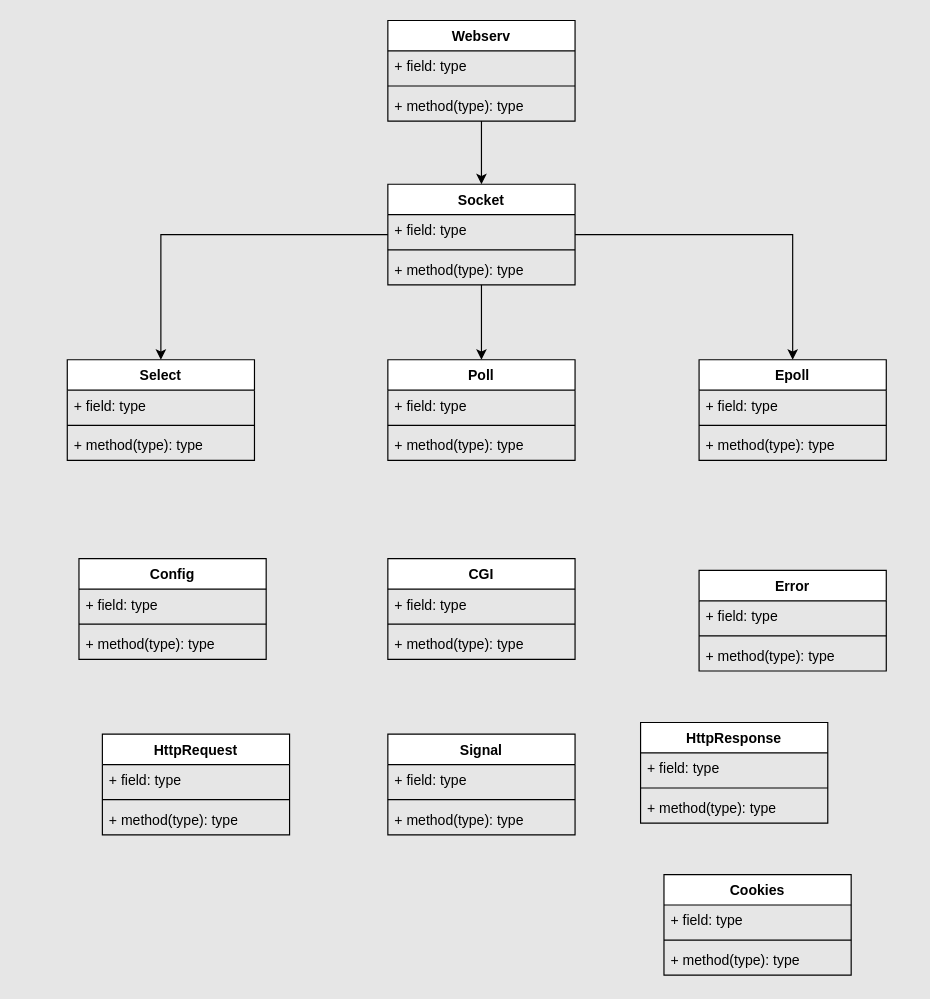
Earlier version of the draw.io diagram diagram/class-diagram.drawio (ykl910/42-webserv). Source tidied: cells renumbered, new cells numbered last; positions are measured from the earlier drawing's top-left corner, leaving out a move shared by most shapes. Both pictures are drawn from the tidied source at 117%, with x=0, y=0 at pixel (67, 20).
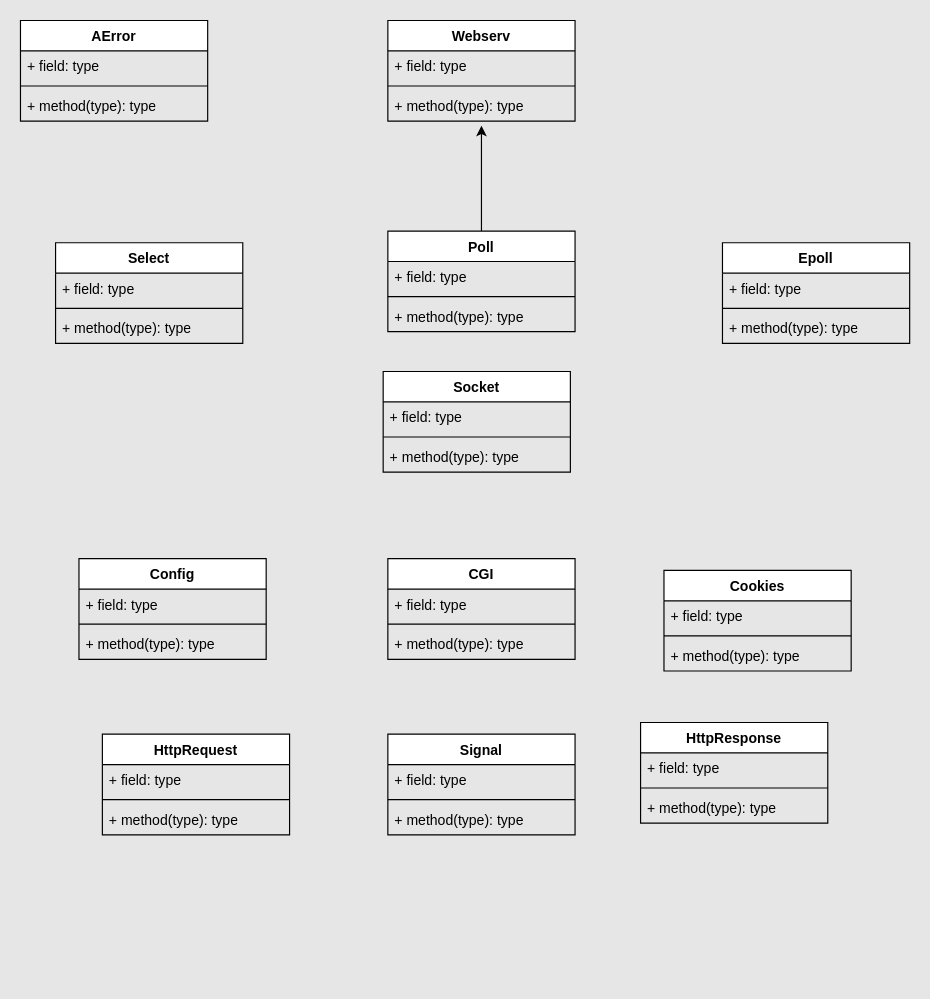
The same page after the edit.

Commit message (it also covers changes not shown here):
update source files and diagram

The change refers to these unchanged cells:
```xml
<mxCell id="3" value="Webserv" style="swimlane;fontStyle=1;align=center;verticalAlign=top;horizontal=1;startSize=26;whiteSpace=wrap;html=1;" parent="1" vertex="1">
  <mxGeometry x="274" width="160" height="86" as="geometry" />
</mxCell>
```

Change to the diagram source:
```diff
@@
-    <mxCell id="2" style="edgeStyle=orthogonalEdgeStyle;rounded=0;jettySize=auto;html=1;" parent="1" edge="1" source="3" target="14">
-      <mxGeometry relative="1" as="geometry" />
-    </mxCell>
@@
-    <mxCell id="7" value="Error" style="swimlane;fontStyle=1;align=center;verticalAlign=top;horizontal=1;startSize=26;whiteSpace=wrap;html=1;" parent="1" vertex="1">
-      <mxGeometry x="540" y="470" width="160" height="86" as="geometry" />
+    <mxCell id="7" value="AError" style="swimlane;fontStyle=1;align=center;verticalAlign=top;horizontal=1;startSize=26;whiteSpace=wrap;html=1;" parent="1" vertex="1">
+      <mxGeometry x="-40" width="160" height="86" as="geometry" />
     </mxCell>
@@
-    <mxCell id="11" style="edgeStyle=orthogonalEdgeStyle;rounded=0;jettySize=auto;html=1;" parent="1" edge="1" source="14" target="22">
-      <mxGeometry relative="1" as="geometry" />
-    </mxCell>
-    <mxCell id="12" style="edgeStyle=orthogonalEdgeStyle;rounded=0;jettySize=auto;html=1;entryX=0.5;entryY=0;entryDx=0;entryDy=0;" parent="1" edge="1" source="14" target="26">
-      <mxGeometry relative="1" as="geometry" />
-    </mxCell>
-    <mxCell id="13" style="edgeStyle=orthogonalEdgeStyle;rounded=0;jettySize=auto;html=1;entryX=0.5;entryY=0;entryDx=0;entryDy=0;" parent="1" edge="1" source="14" target="18">
-      <mxGeometry relative="1" as="geometry" />
-    </mxCell>
     <mxCell id="14" value="Socket" style="swimlane;fontStyle=1;align=center;verticalAlign=top;horizontal=1;startSize=26;whiteSpace=wrap;html=1;" parent="1" vertex="1">
-      <mxGeometry x="274" y="140" width="160" height="86" as="geometry" />
+      <mxGeometry x="270" y="300" width="160" height="86" as="geometry" />
     </mxCell>
@@
     <mxCell id="18" value="Select" style="swimlane;fontStyle=1;align=center;verticalAlign=top;horizontal=1;startSize=26;whiteSpace=wrap;html=1;" parent="1" vertex="1">
-      <mxGeometry y="290" width="160" height="86" as="geometry" />
+      <mxGeometry x="-10" y="190" width="160" height="86" as="geometry" />
     </mxCell>
@@
+    <mxCell id="54" style="edgeStyle=orthogonalEdgeStyle;rounded=0;jettySize=auto;html=1;" parent="1" edge="1" source="22">
+      <mxGeometry relative="1" as="geometry">
+        <mxPoint x="354" y="90" as="targetPoint" />
+      </mxGeometry>
+    </mxCell>
     <mxCell id="22" value="Poll" style="swimlane;fontStyle=1;align=center;verticalAlign=top;horizontal=1;startSize=26;whiteSpace=wrap;html=1;" parent="1" vertex="1">
-      <mxGeometry x="274" y="290" width="160" height="86" as="geometry" />
+      <mxGeometry x="274" y="180" width="160" height="86" as="geometry" />
     </mxCell>
@@
     <mxCell id="26" value="Epoll" style="swimlane;fontStyle=1;align=center;verticalAlign=top;horizontal=1;startSize=26;whiteSpace=wrap;html=1;" parent="1" vertex="1">
-      <mxGeometry x="540" y="290" width="160" height="86" as="geometry" />
+      <mxGeometry x="560" y="190" width="160" height="86" as="geometry" />
     </mxCell>
@@
     <mxCell id="50" value="Cookies" style="swimlane;fontStyle=1;align=center;verticalAlign=top;horizontal=1;startSize=26;whiteSpace=wrap;html=1;" parent="1" vertex="1">
-      <mxGeometry x="510" y="730" width="160" height="86" as="geometry" />
+      <mxGeometry x="510" y="470" width="160" height="86" as="geometry" />
     </mxCell>
```
